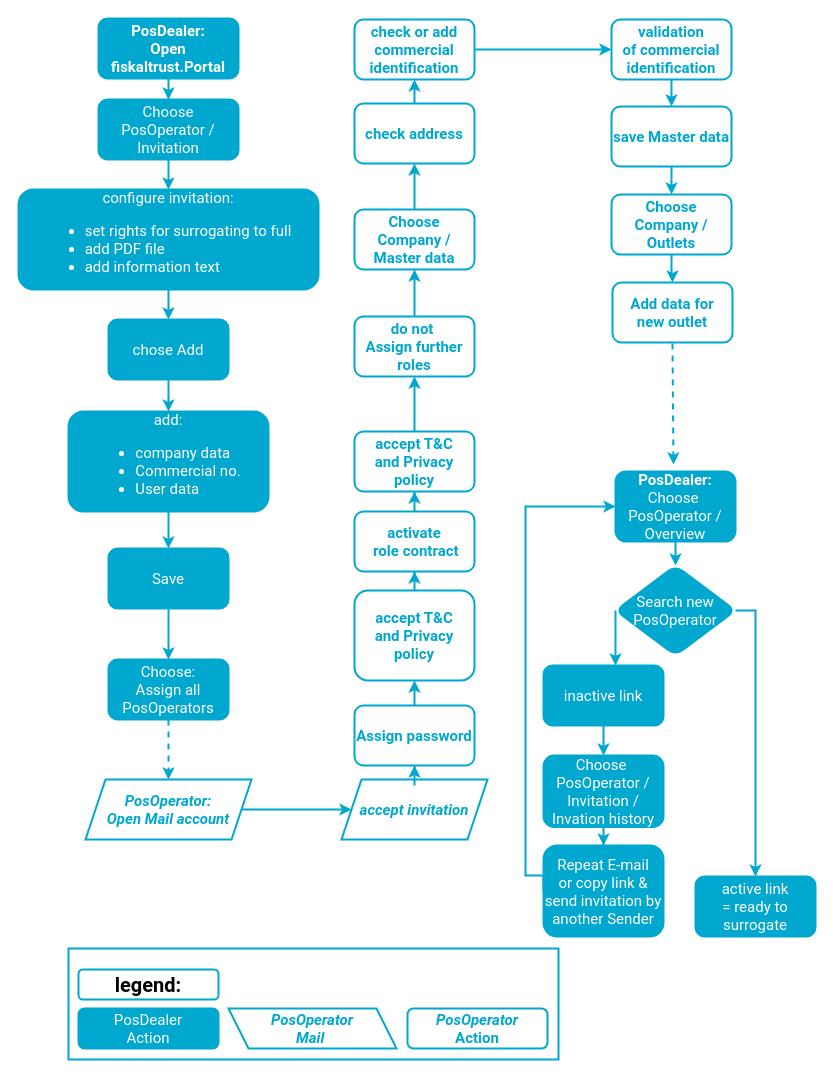
This is getting-started/operator-onboarding/images/sources/onboarding-individual.drawio from fiskaltrust/rollout-doc, a draw.io file, before an edit. Source tidied: cells renumbered, new cells numbered last; positions are measured from the earlier drawing's top-left corner, leaving out a move shared by most shapes. Both pictures are drawn from the tidied source at 100%, with x=0, y=0 at pixel (-302, 18).
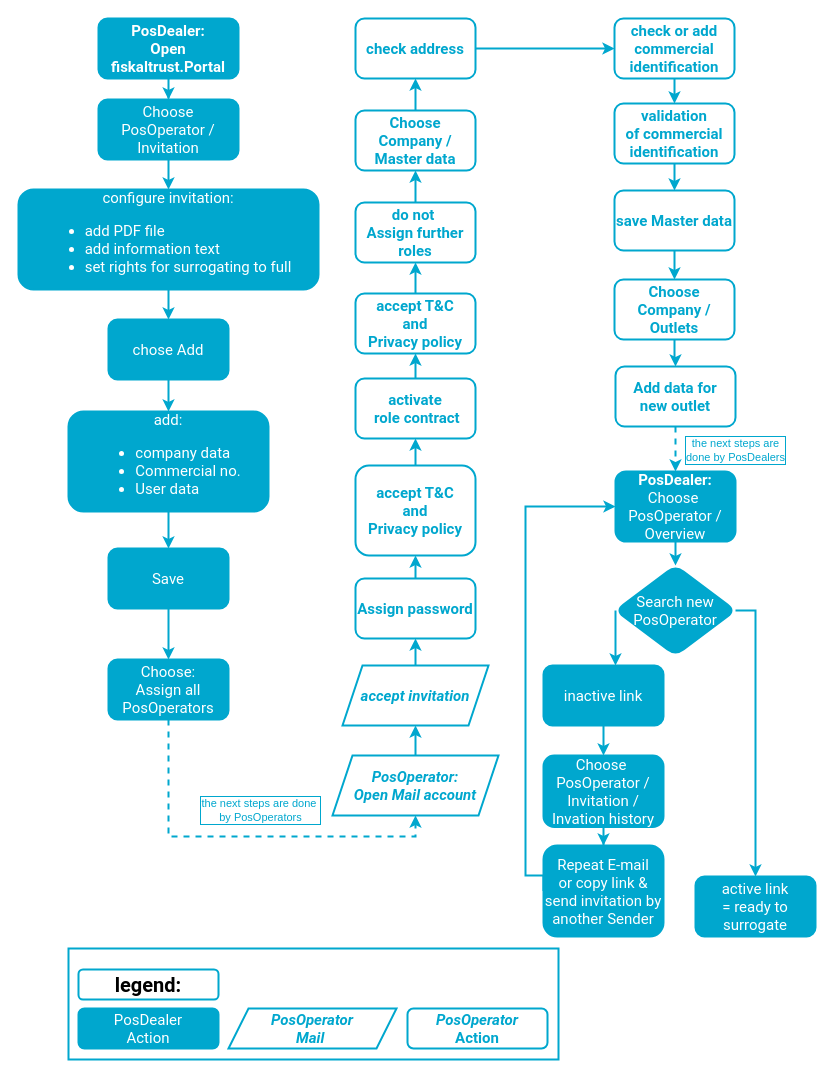
The same page after the edit.

Unchanged cells that the change refers to:
```xml
<mxCell id="15" value="Choose:&lt;br&gt;Assign all PosOperators" style="whiteSpace=wrap;html=1;rounded=1;fontFamily=Roboto;fontSize=15;fontColor=#FFFFFF;strokeColor=#00A7CE;fillColor=#00A7CE;strokeWidth=2;" parent="1" vertex="1">
  <mxGeometry x="410" y="641" width="120" height="60" as="geometry" />
</mxCell>
<mxCell id="37" style="group;" parent="1" vertex="1">
  <mxGeometry x="370" y="930" width="490" height="111" as="geometry" />
</mxCell>
<mxCell id="48" value="&lt;span style=&quot;font-weight: 700&quot;&gt;PosDealer:&lt;br&gt;&lt;/span&gt;Choose&amp;nbsp;&lt;br&gt;PosOperator / Overview" style="whiteSpace=wrap;html=1;rounded=1;fontFamily=Roboto;fontSize=15;fontColor=#FFFFFF;strokeColor=#00A7CE;fillColor=#00A7CE;strokeWidth=2;" parent="1" vertex="1">
  <mxGeometry x="917" y="453" width="120" height="70" as="geometry" />
</mxCell>
```

Change to the diagram source:
```diff
@@
-    <mxCell id="7" value="configure invitation:&lt;br&gt;&lt;ul&gt;&lt;li style=&quot;text-align: left&quot;&gt;set rights for surrogating to full&lt;/li&gt;&lt;li style=&quot;text-align: left&quot;&gt;add PDF file&lt;/li&gt;&lt;li style=&quot;text-align: left&quot;&gt;add information&amp;nbsp;text&lt;/li&gt;&lt;/ul&gt;" style="whiteSpace=wrap;html=1;rounded=1;fontFamily=Roboto;fontSize=15;fontColor=#FFFFFF;strokeColor=#00A7CE;fillColor=#00A7CE;strokeWidth=2;" parent="1" vertex="1">
+    <mxCell id="7" value="configure invitation:&lt;br&gt;&lt;ul&gt;&lt;li style=&quot;text-align: left&quot;&gt;&lt;span&gt;add PDF file&lt;/span&gt;&lt;br&gt;&lt;/li&gt;&lt;li style=&quot;text-align: left&quot;&gt;add information&amp;nbsp;text&lt;/li&gt;&lt;li style=&quot;text-align: left&quot;&gt;set rights for surrogating to full&lt;/li&gt;&lt;/ul&gt;" style="whiteSpace=wrap;html=1;rounded=1;fontFamily=Roboto;fontSize=15;fontColor=#FFFFFF;strokeColor=#00A7CE;fillColor=#00A7CE;strokeWidth=2;" parent="1" vertex="1">
       <mxGeometry x="320" y="171" width="300" height="100" as="geometry" />
     </mxCell>
@@
     <mxCell id="14" style="edgeStyle=orthogonalEdgeStyle;rounded=0;jettySize=auto;html=1;fontColor=#00A7CE;strokeColor=#00A7CE;strokeWidth=2;dashed=1;" parent="1" edge="1" source="15" target="17">
-      <mxGeometry relative="1" as="geometry" />
+      <mxGeometry relative="1" as="geometry">
+        <Array as="points">
+          <mxPoint x="470" y="818" />
+        </Array>
+      </mxGeometry>
     </mxCell>
+    <mxCell id="63" value="&lt;font&gt;the next steps are done&amp;nbsp;&lt;br&gt;by PosOperators&lt;/font&gt;" style="edgeLabel;html=1;align=center;verticalAlign=middle;labelBorderColor=#00A7CE;labelBackgroundColor=none;fontColor=#00A7CE;" parent="14" vertex="1">
+      <mxGeometry x="-0.17" y="1" relative="1" as="geometry">
+        <mxPoint x="48" y="-26" as="offset" />
+      </mxGeometry>
+    </mxCell>
@@
     <mxCell id="17" value="PosOperator:&lt;br&gt;Open Mail account" style="shape=parallelogram;perimeter=parallelogramPerimeter;whiteSpace=wrap;html=1;fixedSize=1;labelBackgroundColor=#;fontFamily=Roboto;fontSize=15;fontColor=#00A7CE;strokeColor=#00A7CE;fillColor=none;fontStyle=3;strokeWidth=2;" parent="1" vertex="1">
-      <mxGeometry x="387" y="761" width="166" height="60" as="geometry" />
+      <mxGeometry x="634" y="737" width="166" height="60" as="geometry" />
     </mxCell>
-    <mxCell id="18" style="edgeStyle=orthogonalEdgeStyle;rounded=0;jettySize=auto;html=1;fontFamily=Roboto;fontSize=24;fontColor=#00A7CE;strokeColor=#00A7CE;strokeWidth=2;" parent="1" edge="1" source="19" target="21">
+    <mxCell id="18" style="edgeStyle=orthogonalEdgeStyle;rounded=0;jettySize=auto;html=1;fontFamily=Roboto;fontSize=24;fontColor=#00A7CE;strokeColor=#00A7CE;strokeWidth=2;exitX=0.5;exitY=0;exitDx=0;exitDy=0;" parent="1" edge="1" source="19" target="21">
       <mxGeometry relative="1" as="geometry" />
     </mxCell>
     <mxCell id="19" value="accept invitation" style="shape=parallelogram;perimeter=parallelogramPerimeter;whiteSpace=wrap;html=1;fixedSize=1;labelBackgroundColor=#;fontFamily=Roboto;fontSize=15;fontColor=#00A7CE;strokeColor=#00A7CE;fillColor=none;fontStyle=3;strokeWidth=2;" parent="1" vertex="1">
-      <mxGeometry x="643" y="761" width="146" height="60" as="geometry" />
+      <mxGeometry x="644" y="647" width="146" height="60" as="geometry" />
     </mxCell>
@@
     <mxCell id="21" value="Assign password" style="whiteSpace=wrap;html=1;rounded=1;fontFamily=Roboto;fontSize=15;fontColor=#00A7CE;fontStyle=1;strokeColor=#00A7CE;strokeWidth=2;" parent="1" vertex="1">
-      <mxGeometry x="656" y="687" width="120" height="60" as="geometry" />
+      <mxGeometry x="657" y="560" width="120" height="60" as="geometry" />
     </mxCell>
@@
-    <mxCell id="23" value="accept T&amp;amp;C&lt;br&gt;and Privacy policy" style="whiteSpace=wrap;html=1;rounded=1;fontFamily=Roboto;fontSize=15;fontColor=#00A7CE;fontStyle=1;strokeColor=#00A7CE;strokeWidth=2;" parent="1" vertex="1">
-      <mxGeometry x="656" y="572" width="120" height="90" as="geometry" />
+    <mxCell id="23" value="accept T&amp;amp;C&lt;br&gt;and &lt;br&gt;Privacy policy" style="whiteSpace=wrap;html=1;rounded=1;fontFamily=Roboto;fontSize=15;fontColor=#00A7CE;fontStyle=1;strokeColor=#00A7CE;strokeWidth=2;" parent="1" vertex="1">
+      <mxGeometry x="657" y="447" width="120" height="90" as="geometry" />
     </mxCell>
@@
     <mxCell id="25" value="Choose Company / Master data" style="whiteSpace=wrap;html=1;rounded=1;fontFamily=Roboto;fontSize=15;fontColor=#00A7CE;fontStyle=1;strokeColor=#00A7CE;strokeWidth=2;" parent="1" vertex="1">
-      <mxGeometry x="656" y="191" width="120" height="60" as="geometry" />
+      <mxGeometry x="657" y="92" width="120" height="60" as="geometry" />
     </mxCell>
-    <mxCell id="26" style="edgeStyle=orthogonalEdgeStyle;rounded=0;jettySize=auto;html=1;fontColor=#00A7CE;strokeColor=#00A7CE;strokeWidth=2;entryX=0;entryY=0.5;entryDx=0;entryDy=0;" parent="1" edge="1" source="27" target="46">
+    <mxCell id="26" style="edgeStyle=orthogonalEdgeStyle;rounded=0;jettySize=auto;html=1;fontColor=#00A7CE;strokeColor=#00A7CE;strokeWidth=2;entryX=0.5;entryY=0;entryDx=0;entryDy=0;" parent="1" edge="1" source="27" target="46">
       <mxGeometry relative="1" as="geometry" />
     </mxCell>
     <mxCell id="27" value="check or add commercial identification" style="whiteSpace=wrap;html=1;rounded=1;fontFamily=Roboto;fontSize=15;fontColor=#00A7CE;fontStyle=1;strokeColor=#00A7CE;strokeWidth=2;" parent="1" vertex="1">
-      <mxGeometry x="656" y="1" width="120" height="60" as="geometry" />
+      <mxGeometry x="916" width="120" height="60" as="geometry" />
     </mxCell>
@@
     <mxCell id="29" value="activate&lt;br&gt;&amp;nbsp;role contract" style="whiteSpace=wrap;html=1;rounded=1;fontFamily=Roboto;fontSize=15;fontColor=#00A7CE;fontStyle=1;strokeColor=#00A7CE;strokeWidth=2;" parent="1" vertex="1">
-      <mxGeometry x="656" y="493" width="120" height="60" as="geometry" />
+      <mxGeometry x="657" y="360" width="120" height="60" as="geometry" />
     </mxCell>
@@
-    <mxCell id="31" value="&lt;span&gt;accept T&amp;amp;C&lt;/span&gt;&lt;br&gt;&lt;span&gt;and Privacy policy&lt;/span&gt;" style="whiteSpace=wrap;html=1;rounded=1;fontFamily=Roboto;fontSize=15;fontColor=#00A7CE;fontStyle=1;strokeColor=#00A7CE;strokeWidth=2;" parent="1" vertex="1">
-      <mxGeometry x="656" y="413" width="120" height="60" as="geometry" />
+    <mxCell id="31" value="&lt;span&gt;accept T&amp;amp;C&lt;/span&gt;&lt;br&gt;&lt;span&gt;and &lt;br&gt;Privacy policy&lt;/span&gt;" style="whiteSpace=wrap;html=1;rounded=1;fontFamily=Roboto;fontSize=15;fontColor=#00A7CE;fontStyle=1;strokeColor=#00A7CE;strokeWidth=2;" parent="1" vertex="1">
+      <mxGeometry x="657" y="275" width="120" height="60" as="geometry" />
     </mxCell>
@@
     <mxCell id="33" value="&lt;h4&gt;do not&amp;nbsp;&lt;br&gt;Assign further roles&lt;/h4&gt;" style="whiteSpace=wrap;html=1;rounded=1;fontFamily=Roboto;fontSize=15;fontColor=#00A7CE;fontStyle=1;strokeColor=#00A7CE;strokeWidth=2;" parent="1" vertex="1">
-      <mxGeometry x="656" y="298" width="120" height="60" as="geometry" />
+      <mxGeometry x="657" y="184" width="120" height="60" as="geometry" />
     </mxCell>
-    <mxCell id="34" style="edgeStyle=orthogonalEdgeStyle;rounded=0;orthogonalLoop=1;jettySize=auto;html=1;fontColor=#00A7CE;strokeColor=#00A7CE;strokeWidth=2;exitX=0;exitY=0.5;exitDx=0;exitDy=0;entryX=0;entryY=0.5;entryDx=0;entryDy=0;" parent="1" edge="1">
-      <mxGeometry relative="1" as="geometry">
-        <mxPoint x="90" y="488" as="targetPoint" />
-        <Array as="points">
-          <mxPoint x="18" y="857" />
-          <mxPoint y="857" />
-          <mxPoint y="488" />
-        </Array>
-      </mxGeometry>
-    </mxCell>
@@
     <mxCell id="36" value="check address" style="whiteSpace=wrap;html=1;rounded=1;fontFamily=Roboto;fontSize=15;fontColor=#00A7CE;fontStyle=1;strokeColor=#00A7CE;strokeWidth=2;" parent="1" vertex="1">
-      <mxGeometry x="656" y="85" width="120" height="60" as="geometry" />
+      <mxGeometry x="657" width="120" height="60" as="geometry" />
     </mxCell>
@@
-    <mxCell id="42" value="PosOperator&lt;br&gt;Mail&amp;nbsp;" style="shape=parallelogram;perimeter=parallelogramPerimeter;whiteSpace=wrap;html=1;fixedSize=1;labelBackgroundColor=#;fontFamily=Roboto;fontSize=15;fontColor=#00A7CE;strokeColor=#00A7CE;fillColor=none;fontStyle=3;flipV=1;strokeWidth=2;" parent="37" vertex="1">
+    <mxCell id="42" value="PosOperator&lt;br&gt;Mail&amp;nbsp;" style="shape=parallelogram;perimeter=parallelogramPerimeter;whiteSpace=wrap;html=1;fixedSize=1;labelBackgroundColor=#;fontFamily=Roboto;fontSize=15;fontColor=#00A7CE;strokeColor=#00A7CE;fillColor=none;fontStyle=3;strokeWidth=2;" parent="37" vertex="1">
       <mxGeometry x="160" y="60" width="168" height="40" as="geometry" />
     </mxCell>
@@
     <mxCell id="44" value="save Master data" style="whiteSpace=wrap;html=1;rounded=1;fontFamily=Roboto;fontSize=15;fontColor=#00A7CE;fontStyle=1;strokeColor=#00A7CE;strokeWidth=2;" parent="1" vertex="1">
-      <mxGeometry x="913" y="88" width="120" height="60" as="geometry" />
+      <mxGeometry x="916" y="172" width="120" height="60" as="geometry" />
     </mxCell>
@@
     <mxCell id="46" value="validation&lt;br&gt;of commercial identification" style="whiteSpace=wrap;html=1;rounded=1;fontFamily=Roboto;fontSize=15;fontColor=#00A7CE;fontStyle=1;strokeColor=#00A7CE;strokeWidth=2;" parent="1" vertex="1">
-      <mxGeometry x="913" y="1" width="120" height="60" as="geometry" />
+      <mxGeometry x="916" y="85" width="120" height="60" as="geometry" />
     </mxCell>
@@
     <mxCell id="60" value="Choose Company / Outlets" style="whiteSpace=wrap;html=1;rounded=1;fontFamily=Roboto;fontSize=15;fontColor=#00A7CE;fontStyle=1;strokeColor=#00A7CE;strokeWidth=2;" parent="1" vertex="1">
-      <mxGeometry x="913" y="176" width="120" height="60" as="geometry" />
+      <mxGeometry x="916" y="261" width="120" height="60" as="geometry" />
     </mxCell>
-    <mxCell id="61" style="edgeStyle=orthogonalEdgeStyle;rounded=0;jettySize=auto;html=1;strokeColor=#00A7CE;strokeWidth=2;dashed=1;entryX=0.483;entryY=-0.101;entryDx=0;entryDy=0;entryPerimeter=0;" parent="1" edge="1" target="48">
-      <mxGeometry relative="1" as="geometry">
-        <mxPoint x="974" y="325" as="sourcePoint" />
-      </mxGeometry>
+    <mxCell id="61" style="edgeStyle=orthogonalEdgeStyle;rounded=0;jettySize=auto;html=1;strokeColor=#00A7CE;strokeWidth=2;dashed=1;entryX=0.5;entryY=0;entryDx=0;entryDy=0;exitX=0.5;exitY=1;exitDx=0;exitDy=0;" parent="1" edge="1" source="62" target="48">
+      <mxGeometry relative="1" as="geometry" />
     </mxCell>
+    <mxCell id="64" value="the next steps are &lt;br&gt;done by PosDealers" style="edgeLabel;html=1;align=center;verticalAlign=middle;fontColor=#00A7CE;labelBorderColor=#00A7CE;labelBackgroundColor=none;" parent="61" vertex="1">
+      <mxGeometry x="-0.28" relative="1" as="geometry">
+        <mxPoint x="59" y="7" as="offset" />
+      </mxGeometry>
+    </mxCell>
     <mxCell id="62" value="Add data for&lt;br&gt;new outlet" style="whiteSpace=wrap;html=1;rounded=1;fontFamily=Roboto;fontSize=15;fontColor=#00A7CE;fontStyle=1;strokeColor=#00A7CE;strokeWidth=2;" parent="1" vertex="1">
-      <mxGeometry x="914" y="264" width="120" height="60" as="geometry" />
+      <mxGeometry x="917" y="348" width="120" height="60" as="geometry" />
     </mxCell>
```
